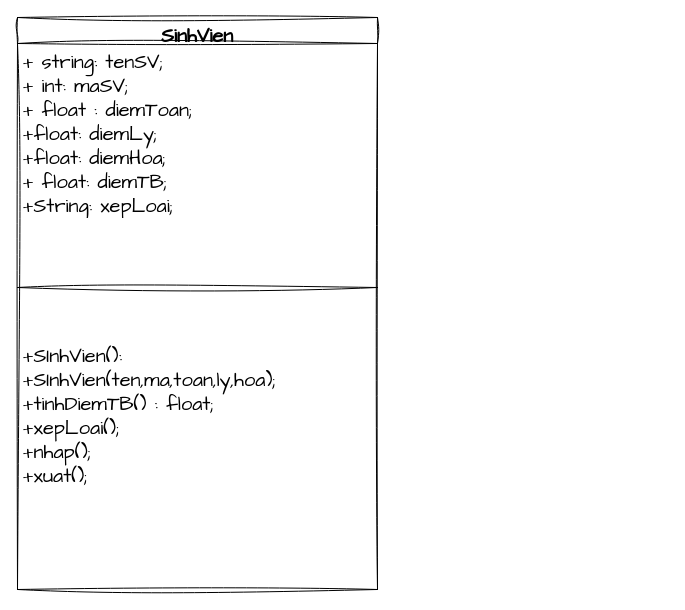
This is QLSV-ver1.drawio from vohaiyen305/nhap-mon-cntt, a draw.io file, before an edit. Source tidied: cells renumbered, new cells numbered last; positions are measured from the earlier drawing's top-left corner, leaving out a move shared by most shapes. Both pictures are drawn from the tidied source at 100%, with x=0, y=0 at pixel (17, 17).
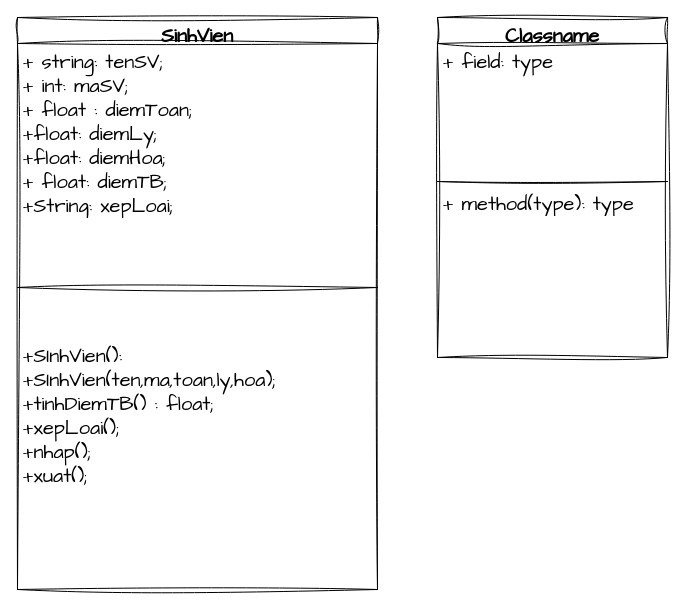
After the change.

Commit message:
Cập nhật QLSV-ver1.drawio

Diff of the diagram source:
```diff
@@
 <mxGraphModel>
   <root>
     <mxCell id="0" />
     <mxCell id="1" parent="0" />
     <mxCell id="2" value="SinhVien" style="swimlane;fontStyle=1;align=center;verticalAlign=top;horizontal=1;startSize=26;whiteSpace=wrap;html=1;sketch=1;hachureGap=4;jiggle=2;curveFitting=1;fontFamily=Architects Daughter;fontSize=20;" parent="1" vertex="1">
       <mxGeometry width="360" height="572" as="geometry" />
     </mxCell>
     <mxCell id="3" value="+ string: tenSV;&amp;nbsp;&lt;br&gt;+ int: maSV;&lt;br&gt;+ float : diemToan;&lt;br&gt;+float: diemLy;&lt;br&gt;+float: diemHoa;&lt;br&gt;+ float: diemTB;&lt;br&gt;+String: xepLoai;" style="text;strokeColor=none;fillColor=none;align=left;verticalAlign=top;spacingLeft=4;spacingRight=4;overflow=hidden;whiteSpace=wrap;html=1;fontSize=20;fontFamily=Architects Daughter;" parent="2" vertex="1">
       <mxGeometry y="26" width="360" height="194" as="geometry" />
     </mxCell>
     <mxCell id="4" style="line;strokeWidth=1;fillColor=none;align=left;verticalAlign=middle;spacingTop=-1;spacingLeft=3;spacingRight=3;labelPosition=right;strokeColor=inherit;sketch=1;hachureGap=4;jiggle=2;curveFitting=1;fontFamily=Architects Daughter;fontSize=20;" parent="2" vertex="1">
       <mxGeometry y="220" width="360" height="100" as="geometry" />
     </mxCell>
     <mxCell id="5" value="+SInhVien():&lt;br&gt;+SInhVien(ten,ma,toan,ly,hoa);&lt;br&gt;+tinhDiemTB() : float;&lt;br&gt;+xepLoai();&lt;br&gt;+nhap();&lt;br&gt;+xuat();&lt;br&gt;&amp;nbsp;" style="text;strokeColor=none;fillColor=none;align=left;verticalAlign=top;spacingLeft=4;spacingRight=4;overflow=hidden;whiteSpace=wrap;html=1;fontSize=20;fontFamily=Architects Daughter;" parent="2" vertex="1">
       <mxGeometry y="320" width="360" height="252" as="geometry" />
     </mxCell>
+    <mxCell id="6" value="Classname" style="swimlane;fontStyle=1;align=center;verticalAlign=top;horizontal=1;startSize=26;whiteSpace=wrap;html=1;sketch=1;hachureGap=4;jiggle=2;curveFitting=1;fontFamily=Architects Daughter;fontSize=20;" parent="1" vertex="1">
+      <mxGeometry x="420" width="230" height="340" as="geometry" />
+    </mxCell>
+    <mxCell id="7" value="+ field: type&lt;br&gt;&lt;br&gt;&lt;br&gt;" style="text;strokeColor=none;fillColor=none;align=left;verticalAlign=top;spacingLeft=4;spacingRight=4;overflow=hidden;whiteSpace=wrap;html=1;fontSize=20;fontFamily=Architects Daughter;" parent="6" vertex="1">
+      <mxGeometry y="26" width="230" height="134" as="geometry" />
+    </mxCell>
+    <mxCell id="8" style="line;strokeWidth=1;fillColor=none;align=left;verticalAlign=middle;spacingTop=-1;spacingLeft=3;spacingRight=3;labelPosition=right;strokeColor=inherit;sketch=1;hachureGap=4;jiggle=2;curveFitting=1;fontFamily=Architects Daughter;fontSize=20;" parent="6" vertex="1">
+      <mxGeometry y="160" width="230" height="8" as="geometry" />
+    </mxCell>
+    <mxCell id="9" value="+ method(type): type" style="text;strokeColor=none;fillColor=none;align=left;verticalAlign=top;spacingLeft=4;spacingRight=4;overflow=hidden;whiteSpace=wrap;html=1;fontSize=20;fontFamily=Architects Daughter;" parent="6" vertex="1">
+      <mxGeometry y="168" width="230" height="172" as="geometry" />
+    </mxCell>
   </root>
 </mxGraphModel>
```
